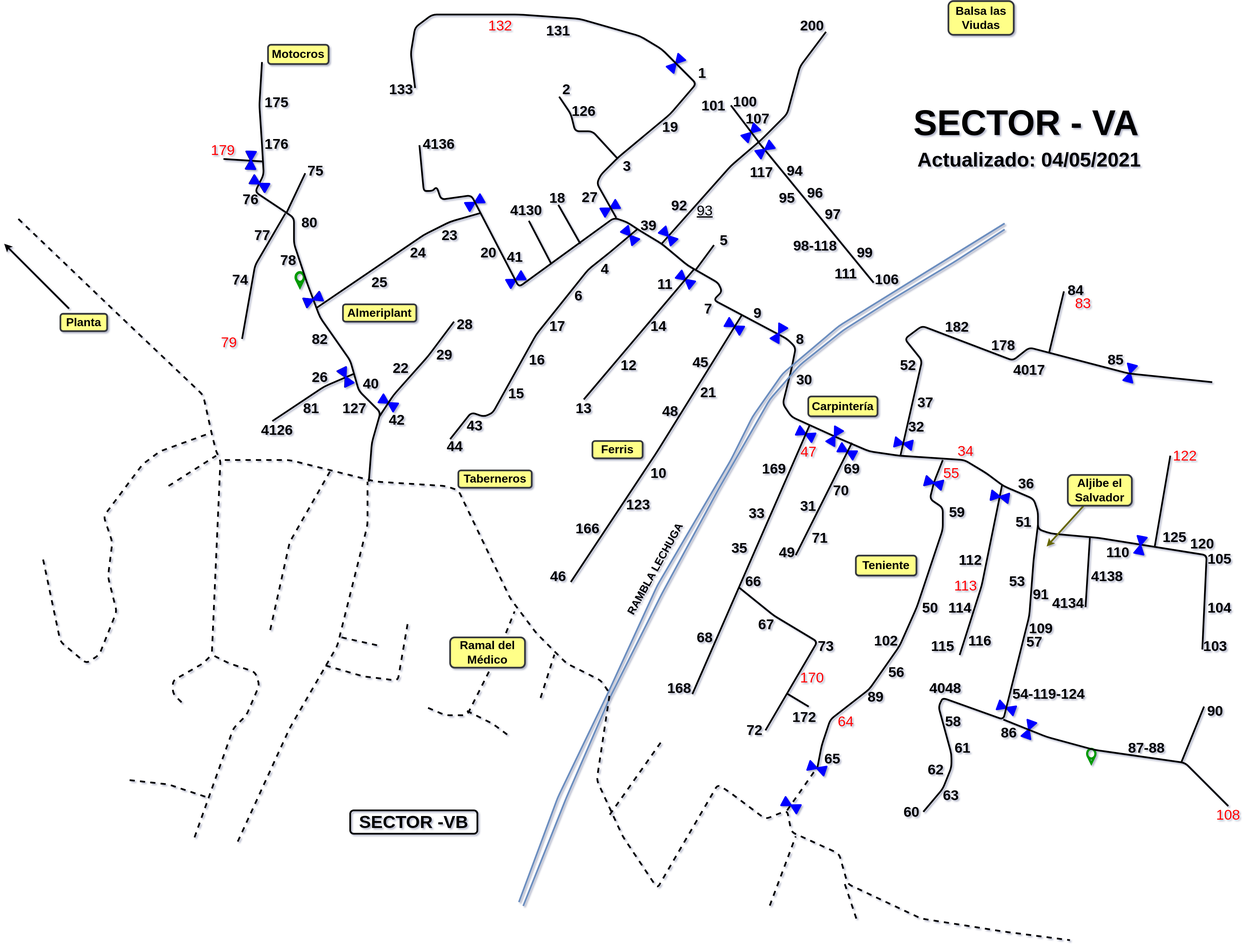
This is planos-actualizados/plano_VA.svg from cr4vegas-team/doc-cr4vegas-planos, a draw.io export, as it was before one commit. Source tidied: cells renumbered, new cells last; positions are measured from the earlier drawing's top-left corner, leaving out a move shared by most shapes.
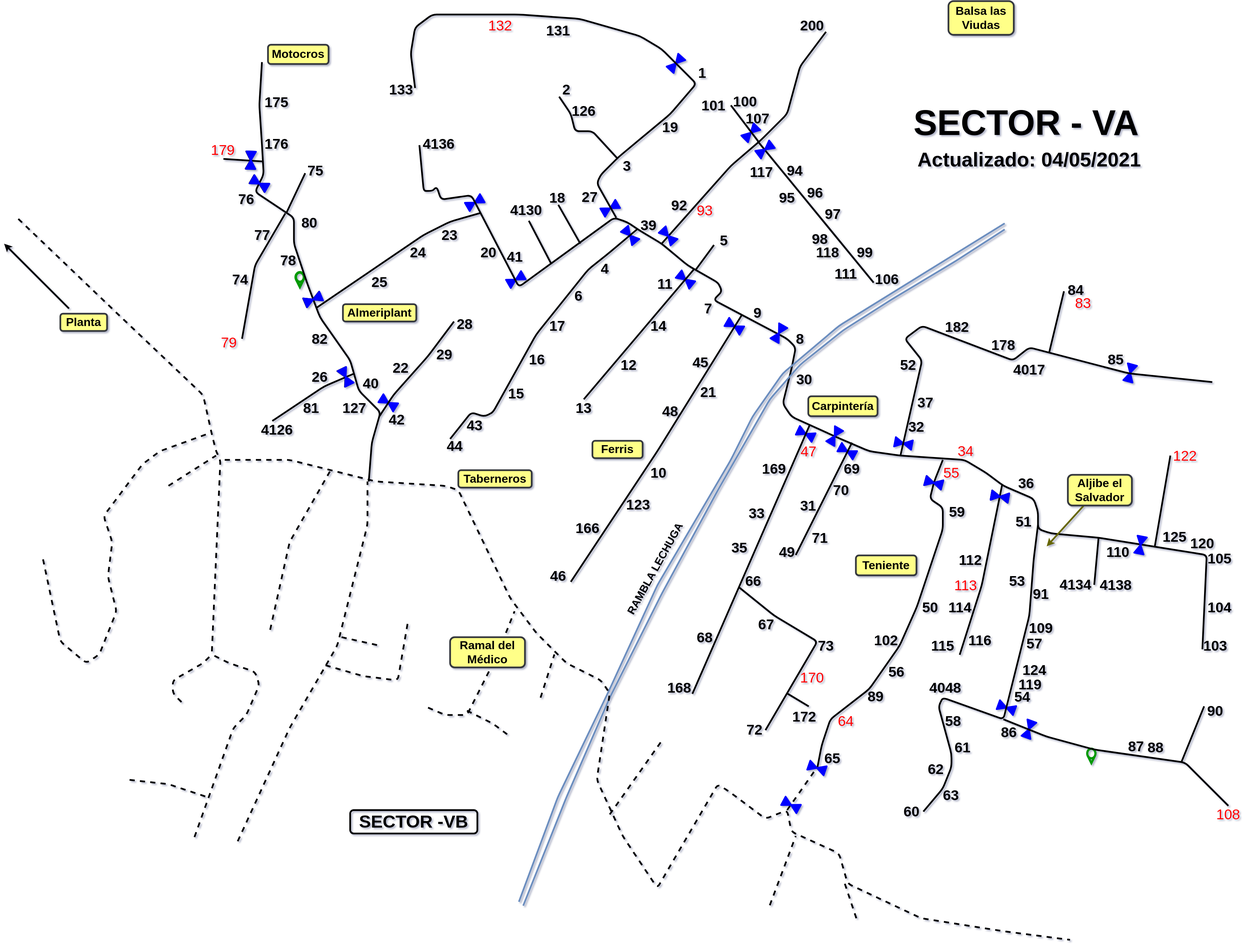
Later version of the same file.

Change to the diagram source:
```diff
@@ -194,7 +194,7 @@
     <mxCell id="37" value="&lt;b&gt;92&lt;/b&gt;" style="text;html=1;strokeColor=none;fillColor=none;align=center;verticalAlign=middle;whiteSpace=wrap;rounded=0;fontSize=33;opacity=20;strokeWidth=4;" parent="1" vertex="1">
       <mxGeometry x="1541" y="462.1" width="40" height="20" as="geometry" />
     </mxCell>
-    <mxCell id="38" value="&lt;span style=&quot;font-weight: normal&quot;&gt;&lt;u&gt;93&lt;/u&gt;&lt;/span&gt;" style="text;html=1;strokeColor=none;fillColor=none;align=center;verticalAlign=middle;whiteSpace=wrap;rounded=0;fontSize=33;opacity=20;fontStyle=1;strokeWidth=4;" parent="1" vertex="1">
+    <mxCell id="38" value="&lt;span style=&quot;&quot;&gt;&lt;span&gt;93&lt;/span&gt;&lt;/span&gt;" style="text;html=1;strokeColor=none;fillColor=none;align=center;verticalAlign=middle;whiteSpace=wrap;rounded=0;fontSize=33;opacity=20;fontStyle=0;strokeWidth=4;fontColor=#FF0000;" parent="1" vertex="1">
       <mxGeometry x="1600" y="474" width="40" height="20" as="geometry" />
     </mxCell>
     <mxCell id="39" value="9" style="text;html=1;strokeColor=none;fillColor=none;align=center;verticalAlign=middle;whiteSpace=wrap;rounded=0;fontSize=33;opacity=20;fontStyle=1;strokeWidth=4;" parent="1" vertex="1">
@@ -401,8 +401,8 @@
     <mxCell id="86" value="97" style="text;html=1;strokeColor=none;fillColor=none;align=center;verticalAlign=middle;whiteSpace=wrap;rounded=0;fontSize=33;fontStyle=1;strokeWidth=4;" parent="1" vertex="1">
       <mxGeometry x="1896" y="482.1" width="40" height="20" as="geometry" />
     </mxCell>
-    <mxCell id="87" value="98-118" style="text;html=1;strokeColor=none;fillColor=none;align=center;verticalAlign=middle;whiteSpace=wrap;rounded=0;fontSize=33;fontStyle=1;strokeWidth=4;" parent="1" vertex="1">
-      <mxGeometry x="1820" y="555" width="110" height="20" as="geometry" />
+    <mxCell id="87" value="98" style="text;html=1;strokeColor=none;fillColor=none;align=center;verticalAlign=middle;whiteSpace=wrap;rounded=0;fontSize=33;fontStyle=1;strokeWidth=4;" parent="1" vertex="1">
+      <mxGeometry x="1861" y="532" width="50" height="35" as="geometry" />
     </mxCell>
     <mxCell id="88" value="99" style="text;html=1;strokeColor=none;fillColor=none;align=center;verticalAlign=middle;whiteSpace=wrap;rounded=0;fontSize=33;fontStyle=1;strokeWidth=4;" parent="1" vertex="1">
       <mxGeometry x="1970" y="571" width="40" height="20" as="geometry" />
@@ -541,7 +541,7 @@
       <mxGeometry x="577" y="531" width="40" height="20" as="geometry" />
     </mxCell>
     <mxCell id="119" value="76" style="text;html=1;strokeColor=none;fillColor=none;align=center;verticalAlign=middle;whiteSpace=wrap;rounded=0;fontSize=33;fontStyle=1;strokeWidth=4;" parent="1" vertex="1">
-      <mxGeometry x="550" y="448.1" width="40" height="20" as="geometry" />
+      <mxGeometry x="540" y="448.1" width="40" height="20" as="geometry" />
     </mxCell>
     <mxCell id="120" value="75" style="text;html=1;strokeColor=none;fillColor=none;align=center;verticalAlign=middle;whiteSpace=wrap;rounded=0;fontSize=33;fontStyle=1;strokeWidth=4;" parent="1" vertex="1">
       <mxGeometry x="700.4" y="382" width="40" height="20" as="geometry" />
@@ -962,18 +962,18 @@
     </mxCell>
     <mxCell id="200" style="endArrow=none;html=1;strokeWidth=4;fontSize=33;" parent="1" edge="1">
       <mxGeometry relative="1" as="geometry">
-        <mxPoint x="2500" y="1401" as="sourcePoint" />
-        <mxPoint x="2510" y="1241" as="targetPoint" />
+        <mxPoint x="2520" y="1350" as="sourcePoint" />
+        <mxPoint x="2530" y="1241" as="targetPoint" />
       </mxGeometry>
     </mxCell>
     <mxCell id="201" value="110" style="text;html=1;strokeColor=none;fillColor=none;align=center;verticalAlign=middle;whiteSpace=wrap;rounded=0;fontSize=33;fontStyle=1;strokeWidth=4;" parent="1" vertex="1">
       <mxGeometry x="2555" y="1264" width="40" height="20" as="geometry" />
     </mxCell>
     <mxCell id="202" value="4138" style="text;html=1;strokeColor=none;fillColor=none;align=center;verticalAlign=middle;whiteSpace=wrap;rounded=0;fontSize=33;fontStyle=1;strokeWidth=4;" parent="1" vertex="1">
-      <mxGeometry x="2530" y="1319" width="40" height="20" as="geometry" />
+      <mxGeometry x="2550" y="1340" width="40" height="20" as="geometry" />
     </mxCell>
     <mxCell id="203" value="4134" style="text;html=1;strokeColor=none;fillColor=none;align=center;verticalAlign=middle;whiteSpace=wrap;rounded=0;fontSize=33;fontStyle=1;strokeWidth=4;" parent="1" vertex="1">
-      <mxGeometry x="2440" y="1381" width="40" height="20" as="geometry" />
+      <mxGeometry x="2456.6" y="1339" width="40" height="20" as="geometry" />
     </mxCell>
     <mxCell id="204" style="endArrow=none;html=1;strokeWidth=4;fontSize=33;" parent="1" edge="1">
       <mxGeometry relative="1" as="geometry">
@@ -1046,11 +1046,8 @@
       <mxGeometry x="2377" y="1440" width="40" height="20" as="geometry" />
     </mxCell>
     <mxCell id="221" value="57" style="text;html=1;strokeColor=none;fillColor=none;align=center;verticalAlign=middle;whiteSpace=wrap;rounded=0;fontSize=33;fontStyle=1;strokeWidth=4;" parent="1" vertex="1">
-      <mxGeometry x="2362" y="1471" width="40" height="20" as="geometry" />
+      <mxGeometry x="2362" y="1471" width="40" height="29" as="geometry" />
     </mxCell>
-    <mxCell id="222" value="54-119-124" style="text;html=1;strokeColor=none;fillColor=none;align=center;verticalAlign=middle;whiteSpace=wrap;rounded=0;fontSize=33;fontStyle=1;strokeWidth=4;" parent="1" vertex="1">
-      <mxGeometry x="2330" y="1591" width="170" height="20" as="geometry" />
-    </mxCell>
     <mxCell id="223" style="endArrow=none;html=1;strokeWidth=4;fontSize=33;" parent="1" edge="1">
       <mxGeometry relative="1" as="geometry">
         <mxPoint x="2830" y="1861" as="sourcePoint" />
@@ -1068,8 +1065,8 @@
         <mxPoint x="2774" y="1631" as="targetPoint" />
       </mxGeometry>
     </mxCell>
-    <mxCell id="225" value="87-88" style="text;html=1;strokeColor=none;fillColor=none;align=center;verticalAlign=middle;whiteSpace=wrap;rounded=0;fontSize=33;fontStyle=1;strokeWidth=4;" parent="1" vertex="1">
-      <mxGeometry x="2596" y="1716" width="90" height="20" as="geometry" />
+    <mxCell id="225" value="87" style="text;html=1;strokeColor=none;fillColor=none;align=center;verticalAlign=middle;whiteSpace=wrap;rounded=0;fontSize=33;fontStyle=1;strokeWidth=4;" parent="1" vertex="1">
+      <mxGeometry x="2595" y="1705" width="44" height="36" as="geometry" />
     </mxCell>
     <mxCell id="226" value="86" style="text;html=1;strokeColor=none;fillColor=none;align=center;verticalAlign=middle;whiteSpace=wrap;rounded=0;fontSize=33;fontStyle=1;strokeWidth=4;" parent="1" vertex="1">
       <mxGeometry x="2303" y="1681" width="40" height="20" as="geometry" />
@@ -1137,5 +1134,20 @@
     <mxCell id="247" value="SECTOR -VB" style="rounded=1;whiteSpace=wrap;html=1;strokeWidth=4;fillColor=none;fontSize=41;fontStyle=1;" parent="1" vertex="1">
       <mxGeometry x="800" y="1871" width="294" height="54" as="geometry" />
     </mxCell>
+    <mxCell id="248" value="54" style="text;html=1;strokeColor=none;fillColor=none;align=center;verticalAlign=middle;whiteSpace=wrap;rounded=0;fontSize=33;fontStyle=1;strokeWidth=4;" parent="1" vertex="1">
+      <mxGeometry x="2334" y="1594" width="40" height="29" as="geometry" />
+    </mxCell>
+    <mxCell id="249" value="119" style="text;html=1;strokeColor=none;fillColor=none;align=center;verticalAlign=middle;whiteSpace=wrap;rounded=0;fontSize=33;fontStyle=1;strokeWidth=4;" parent="1" vertex="1">
+      <mxGeometry x="2342" y="1565" width="60" height="29" as="geometry" />
+    </mxCell>
+    <mxCell id="250" value="124" style="text;html=1;strokeColor=none;fillColor=none;align=center;verticalAlign=middle;whiteSpace=wrap;rounded=0;fontSize=33;fontStyle=1;strokeWidth=4;" parent="1" vertex="1">
+      <mxGeometry x="2352" y="1532" width="60" height="29" as="geometry" />
+    </mxCell>
+    <mxCell id="251" value="88" style="text;html=1;strokeColor=none;fillColor=none;align=center;verticalAlign=middle;whiteSpace=wrap;rounded=0;fontSize=33;fontStyle=1;strokeWidth=4;" parent="1" vertex="1">
+      <mxGeometry x="2640" y="1708" width="44" height="36" as="geometry" />
+    </mxCell>
+    <mxCell id="252" value="118" style="text;html=1;strokeColor=none;fillColor=none;align=center;verticalAlign=middle;whiteSpace=wrap;rounded=0;fontSize=33;fontStyle=1;strokeWidth=4;" parent="1" vertex="1">
+      <mxGeometry x="1879" y="563" width="50" height="35" as="geometry" />
+    </mxCell>
   </root>
 </mxGraphModel>
```
